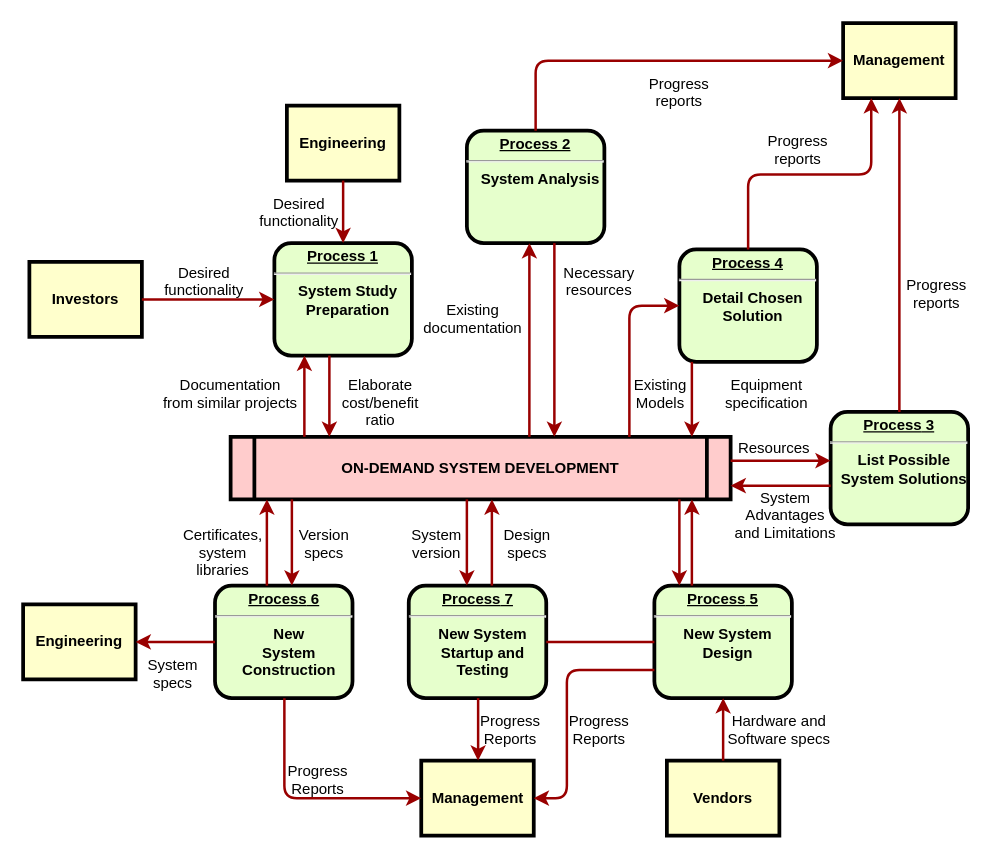
mrM0nk/data_engineer_2023 keeps this draw.io diagram as diagrams/get_cars(python) - data flow diagram.drawio. Above is the earlier version. Source tidied: cells renumbered, new cells numbered last; positions are measured from the earlier drawing's top-left corner, leaving out a move shared by most shapes. Both pictures are drawn from the tidied source at 125%, with x=0, y=0 at pixel (22, 22).
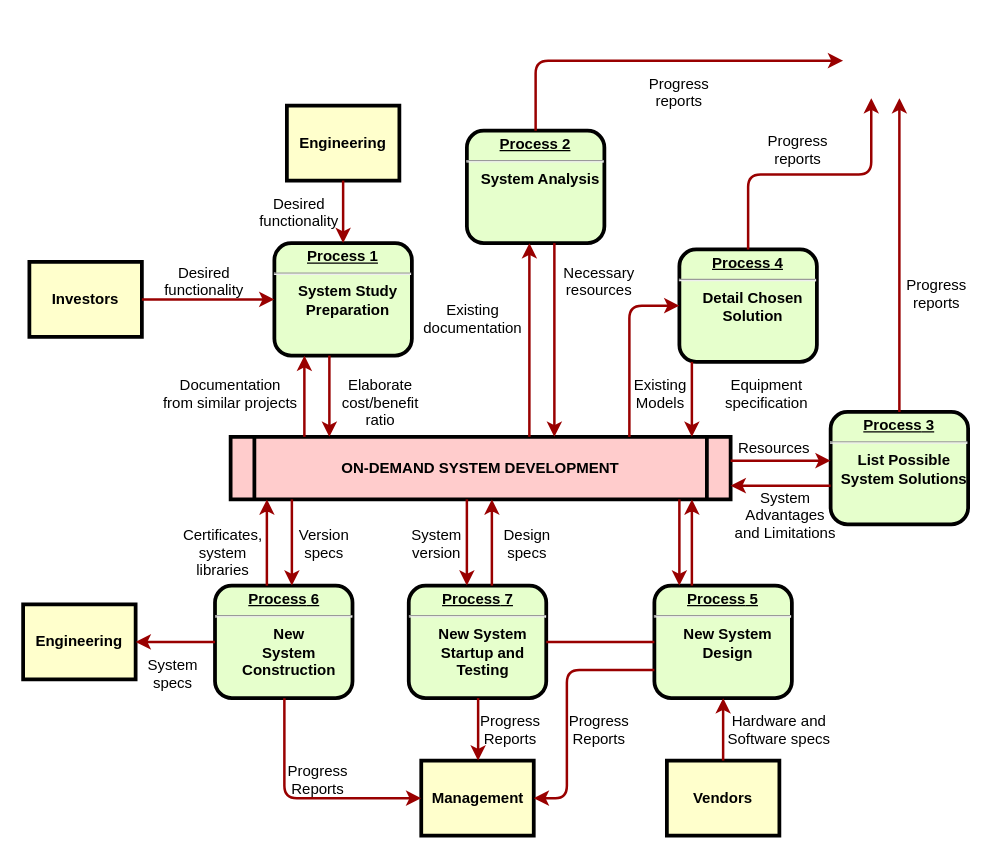
The same diagram, later.

Unchanged cells that the change refers to:
```xml
<mxCell id="6" value="&lt;p style=&quot;margin: 0px; margin-top: 4px; text-align: center; text-decoration: underline;&quot;&gt;&lt;strong&gt;Process 2&lt;br /&gt;&lt;/strong&gt;&lt;/p&gt;&lt;hr /&gt;&lt;p style=&quot;margin: 0px; margin-left: 8px;&quot;&gt;System Analysis&lt;/p&gt;" style="verticalAlign=middle;align=center;overflow=fill;fontSize=12;fontFamily=Helvetica;html=1;rounded=1;fontStyle=1;strokeWidth=3;fillColor=#E6FFCC;" parent="1" vertex="1">
  <mxGeometry x="355" y="86" width="110" height="90" as="geometry" />
</mxCell>
<mxCell id="7" value="&lt;p style=&quot;margin: 0px; margin-top: 4px; text-align: center; text-decoration: underline;&quot;&gt;&lt;strong&gt;&lt;strong&gt;Process&lt;/strong&gt; 3&lt;br /&gt;&lt;/strong&gt;&lt;/p&gt;&lt;hr /&gt;&lt;p style=&quot;margin: 0px; margin-left: 8px;&quot;&gt;List Possible&lt;/p&gt;&lt;p style=&quot;margin: 0px; margin-left: 8px;&quot;&gt;System Solutions&lt;/p&gt;" style="verticalAlign=middle;align=center;overflow=fill;fontSize=12;fontFamily=Helvetica;html=1;rounded=1;fontStyle=1;strokeWidth=3;fillColor=#E6FFCC;" parent="1" vertex="1">
  <mxGeometry x="646" y="311" width="110" height="90" as="geometry" />
</mxCell>
<mxCell id="8" value="&lt;p style=&quot;margin: 0px; margin-top: 4px; text-align: center; text-decoration: underline;&quot;&gt;&lt;strong&gt;&lt;strong&gt;Process&lt;/strong&gt; 4&lt;br /&gt;&lt;/strong&gt;&lt;/p&gt;&lt;hr /&gt;&lt;p style=&quot;margin: 0px; margin-left: 8px;&quot;&gt;Detail Chosen&lt;/p&gt;&lt;p style=&quot;margin: 0px; margin-left: 8px;&quot;&gt;Solution&lt;/p&gt;" style="verticalAlign=middle;align=center;overflow=fill;fontSize=12;fontFamily=Helvetica;html=1;rounded=1;fontStyle=1;strokeWidth=3;fillColor=#E6FFCC;" parent="1" vertex="1">
  <mxGeometry x="525" y="181" width="110" height="90" as="geometry" />
</mxCell>
```

Change to the diagram source:
```diff
@@
-    <mxCell id="11" value="Management" style="whiteSpace=wrap;align=center;verticalAlign=middle;fontStyle=1;strokeWidth=3;fillColor=#FFFFCC;" parent="1" vertex="1">
-      <mxGeometry x="656" width="90" height="60" as="geometry" />
-    </mxCell>
@@
-    <mxCell id="32" style="edgeStyle=elbowEdgeStyle;elbow=horizontal;strokeColor=#990000;strokeWidth=2;" parent="1" edge="1" source="6" target="11">
+    <mxCell id="32" style="edgeStyle=elbowEdgeStyle;elbow=horizontal;strokeColor=#990000;strokeWidth=2;" parent="1" edge="1" source="6">
       <mxGeometry relative="1" as="geometry">
+        <mxPoint x="656" y="30" as="targetPoint" />
         <Array as="points">
           <mxPoint x="410" y="80" />
         </Array>
       </mxGeometry>
     </mxCell>
-    <mxCell id="33" style="edgeStyle=elbowEdgeStyle;elbow=vertical;entryX=0.25;entryY=1;strokeColor=#990000;strokeWidth=2;" parent="1" edge="1" source="8" target="11">
-      <mxGeometry relative="1" as="geometry" />
+    <mxCell id="33" style="edgeStyle=elbowEdgeStyle;elbow=vertical;entryX=0.25;entryY=1;strokeColor=#990000;strokeWidth=2;" parent="1" edge="1" source="8">
+      <mxGeometry relative="1" as="geometry">
+        <mxPoint x="678.5" y="60" as="targetPoint" />
+      </mxGeometry>
     </mxCell>
-    <mxCell id="34" style="edgeStyle=elbowEdgeStyle;elbow=horizontal;strokeColor=#990000;strokeWidth=2;" parent="1" edge="1" source="7" target="11">
-      <mxGeometry relative="1" as="geometry" />
+    <mxCell id="34" style="edgeStyle=elbowEdgeStyle;elbow=horizontal;strokeColor=#990000;strokeWidth=2;" parent="1" edge="1" source="7">
+      <mxGeometry relative="1" as="geometry">
+        <mxPoint x="701" y="60" as="targetPoint" />
+      </mxGeometry>
     </mxCell>
```
